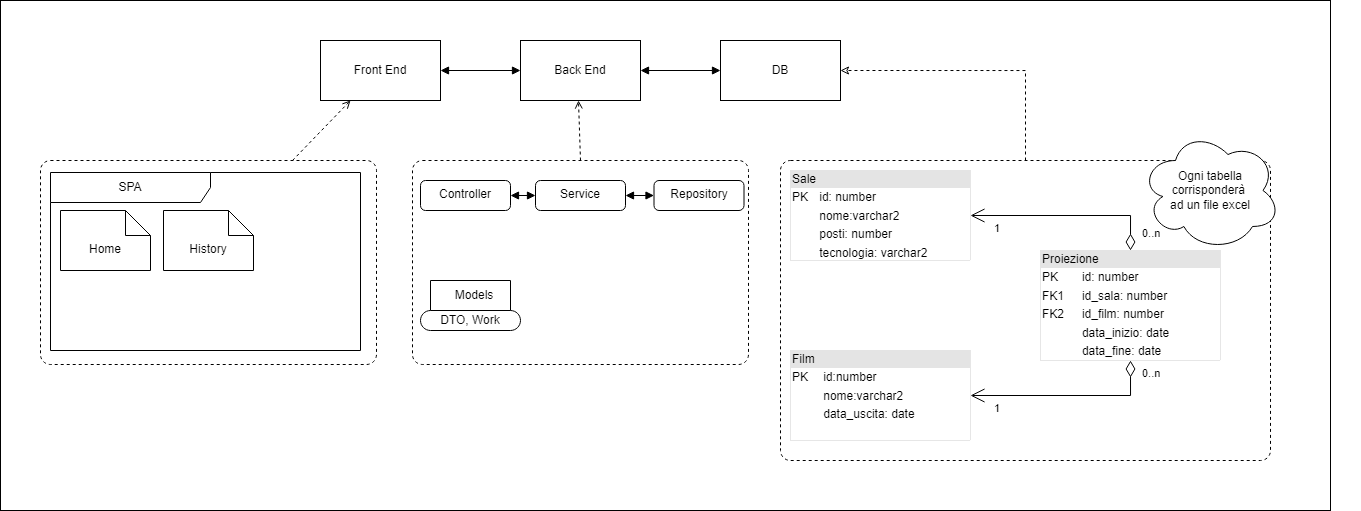
This is uml/uml_diagram.png from pippok96/cineMille, a draw.io export, as it was before one commit. Source tidied: cells renumbered, new cells last; positions are measured from the earlier drawing's top-left corner, leaving out a move shared by most shapes. Source of this version:
```xml
<mxGraphModel>
  <root>
    <mxCell id="0" />
    <mxCell id="1" parent="0" />
    <mxCell id="2" style="rounded=0;whiteSpace=wrap;html=1;gradientColor=none;fillStyle=solid;" parent="1" vertex="1">
      <mxGeometry width="1330" height="510" as="geometry" />
    </mxCell>
    <mxCell id="3" value="Front End" style="html=1;whiteSpace=wrap;" parent="1" vertex="1">
      <mxGeometry x="320" y="40" width="120" height="60" as="geometry" />
    </mxCell>
    <mxCell id="4" value="Back End" style="html=1;whiteSpace=wrap;" parent="1" vertex="1">
      <mxGeometry x="520" y="40" width="120" height="60" as="geometry" />
    </mxCell>
    <mxCell id="5" value="DB" style="html=1;whiteSpace=wrap;" parent="1" vertex="1">
      <mxGeometry x="720" y="40" width="120" height="60" as="geometry" />
    </mxCell>
    <mxCell id="6" style="endArrow=block;startArrow=block;endFill=1;startFill=1;html=1;rounded=0;entryX=0;entryY=0.5;entryDx=0;entryDy=0;exitX=1;exitY=0.5;exitDx=0;exitDy=0;" parent="1" edge="1" source="3" target="4">
      <mxGeometry relative="1" as="geometry" />
    </mxCell>
    <mxCell id="7" style="endArrow=block;startArrow=block;endFill=1;startFill=1;html=1;rounded=0;exitX=1;exitY=0.5;exitDx=0;exitDy=0;exitPerimeter=0;entryX=0;entryY=0.5;entryDx=0;entryDy=0;" parent="1" edge="1" source="4" target="5">
      <mxGeometry relative="1" as="geometry" />
    </mxCell>
    <mxCell id="8" style="html=1;verticalAlign=bottom;labelBackgroundColor=none;endArrow=open;endFill=0;dashed=1;rounded=0;entryX=0.25;entryY=1;entryDx=0;entryDy=0;exitX=0.75;exitY=0;exitDx=0;exitDy=0;" parent="1" edge="1" source="9" target="3">
      <mxGeometry relative="1" as="geometry" />
    </mxCell>
    <mxCell id="9" style="html=1;align=center;verticalAlign=top;rounded=1;absoluteArcSize=1;arcSize=20;dashed=1;whiteSpace=wrap;" parent="1" vertex="1">
      <mxGeometry x="40" y="160" width="336" height="204" as="geometry" />
    </mxCell>
    <mxCell id="10" style="html=1;verticalAlign=bottom;labelBackgroundColor=none;endArrow=open;endFill=0;dashed=1;rounded=0;entryX=0.25;entryY=1;entryDx=0;entryDy=0;exitX=0.5;exitY=0;exitDx=0;exitDy=0;" parent="1" edge="1" source="13">
      <mxGeometry relative="1" as="geometry">
        <mxPoint x="578" y="100" as="targetPoint" />
      </mxGeometry>
    </mxCell>
    <mxCell id="11" style="edgeStyle=orthogonalEdgeStyle;rounded=0;jettySize=auto;html=1;entryX=1;entryY=0.5;entryDx=0;entryDy=0;dashed=1;endArrow=classic;endFill=0;" parent="1" edge="1" source="22" target="5">
      <mxGeometry relative="1" as="geometry" />
    </mxCell>
    <mxCell id="12" style="group;" parent="1" vertex="1">
      <mxGeometry x="412" y="160" width="336" height="204" as="geometry" />
    </mxCell>
    <mxCell id="13" style="html=1;align=center;verticalAlign=top;rounded=1;absoluteArcSize=1;arcSize=20;dashed=1;whiteSpace=wrap;" parent="12" vertex="1">
      <mxGeometry width="336" height="204" as="geometry" />
    </mxCell>
    <mxCell id="14" value="Controller" style="html=1;align=center;verticalAlign=top;rounded=1;absoluteArcSize=1;arcSize=10;dashed=0;whiteSpace=wrap;" parent="12" vertex="1">
      <mxGeometry x="8" y="20" width="90" height="30" as="geometry" />
    </mxCell>
    <mxCell id="15" value="Service" style="html=1;align=center;verticalAlign=top;rounded=1;absoluteArcSize=1;arcSize=10;dashed=0;whiteSpace=wrap;" parent="12" vertex="1">
      <mxGeometry x="123" y="20" width="90" height="30" as="geometry" />
    </mxCell>
    <mxCell id="16" value="Repository" style="html=1;align=center;verticalAlign=top;rounded=1;absoluteArcSize=1;arcSize=10;dashed=0;whiteSpace=wrap;" parent="12" vertex="1">
      <mxGeometry x="241.5" y="20" width="90" height="30" as="geometry" />
    </mxCell>
    <mxCell id="17" value="Models" style="shape=folder;align=center;verticalAlign=middle;fontStyle=0;tabWidth=100;tabHeight=30;tabPosition=left;html=1;boundedLbl=1;labelInHeader=1;rounded=1;absoluteArcSize=1;arcSize=10;whiteSpace=wrap;" parent="12" vertex="1">
      <mxGeometry x="8" y="120" width="100" height="50" as="geometry" />
    </mxCell>
    <mxCell id="18" value="DTO, Work" style="text;html=1;align=center;verticalAlign=middle;whiteSpace=wrap;rounded=0;" parent="12" vertex="1">
      <mxGeometry x="8" y="140" width="100" height="40" as="geometry" />
    </mxCell>
    <mxCell id="19" style="endArrow=block;startArrow=block;endFill=1;startFill=1;html=1;rounded=0;entryX=0;entryY=0.5;entryDx=0;entryDy=0;exitX=1;exitY=0.5;exitDx=0;exitDy=0;" parent="12" edge="1" source="14" target="15">
      <mxGeometry relative="1" as="geometry" />
    </mxCell>
    <mxCell id="20" style="endArrow=block;startArrow=block;endFill=1;startFill=1;html=1;rounded=0;entryX=0;entryY=0.5;entryDx=0;entryDy=0;exitX=1;exitY=0.5;exitDx=0;exitDy=0;" parent="12" edge="1" source="15" target="16">
      <mxGeometry relative="1" as="geometry" />
    </mxCell>
    <mxCell id="21" style="group;strokeColor=none;" parent="1" vertex="1">
      <mxGeometry x="780" y="160" width="580" height="300" as="geometry" />
    </mxCell>
    <mxCell id="22" style="html=1;align=center;verticalAlign=top;rounded=1;absoluteArcSize=1;arcSize=20;dashed=1;whiteSpace=wrap;" parent="21" vertex="1">
      <mxGeometry width="490" height="300" as="geometry" />
    </mxCell>
    <mxCell id="23" value="&lt;div style=&quot;box-sizing:border-box;width:100%;background:#e4e4e4;padding:2px;&quot;&gt;Sale&lt;/div&gt;&lt;table style=&quot;width:100%;font-size:1em;&quot; cellpadding=&quot;2&quot; cellspacing=&quot;0&quot;&gt;&lt;tbody&gt;&lt;tr&gt;&lt;td&gt;PK&lt;/td&gt;&lt;td&gt;id: number&lt;/td&gt;&lt;/tr&gt;&lt;tr&gt;&lt;td&gt;&lt;br&gt;&lt;/td&gt;&lt;td&gt;nome:varchar2&lt;/td&gt;&lt;/tr&gt;&lt;tr&gt;&lt;td&gt;&lt;/td&gt;&lt;td&gt;posti: number&lt;br&gt;&lt;/td&gt;&lt;/tr&gt;&lt;tr&gt;&lt;td&gt;&lt;br&gt;&lt;/td&gt;&lt;td&gt;tecnologia: varchar2&lt;/td&gt;&lt;/tr&gt;&lt;/tbody&gt;&lt;/table&gt;" style="verticalAlign=top;align=left;overflow=fill;html=1;whiteSpace=wrap;strokeColor=default;strokeWidth=0;" parent="21" vertex="1">
      <mxGeometry x="10" y="10" width="180" height="90" as="geometry" />
    </mxCell>
    <mxCell id="24" value="&lt;div style=&quot;box-sizing:border-box;width:100%;background:#e4e4e4;padding:2px;&quot;&gt;Film&lt;/div&gt;&lt;table style=&quot;width:100%;font-size:1em;&quot; cellpadding=&quot;2&quot; cellspacing=&quot;0&quot;&gt;&lt;tbody&gt;&lt;tr&gt;&lt;td&gt;PK&lt;/td&gt;&lt;td&gt;id:number&lt;/td&gt;&lt;/tr&gt;&lt;tr&gt;&lt;td&gt;&lt;br&gt;&lt;/td&gt;&lt;td&gt;nome:varchar2&lt;/td&gt;&lt;/tr&gt;&lt;tr&gt;&lt;td&gt;&lt;/td&gt;&lt;td&gt;data_uscita: date&lt;/td&gt;&lt;/tr&gt;&lt;tr&gt;&lt;td&gt;&lt;br&gt;&lt;/td&gt;&lt;td&gt;&lt;br&gt;&lt;/td&gt;&lt;/tr&gt;&lt;/tbody&gt;&lt;/table&gt;" style="verticalAlign=top;align=left;overflow=fill;html=1;whiteSpace=wrap;strokeWidth=0;" parent="21" vertex="1">
      <mxGeometry x="10" y="190" width="180" height="90" as="geometry" />
    </mxCell>
    <mxCell id="25" value="&lt;div style=&quot;box-sizing:border-box;width:100%;background:#e4e4e4;padding:2px;&quot;&gt;Proiezione&lt;/div&gt;&lt;table align=&quot;left&quot; style=&quot;width:100%;font-size:1em;&quot; cellpadding=&quot;2&quot; cellspacing=&quot;0&quot;&gt;&lt;tbody&gt;&lt;tr&gt;&lt;td&gt;PK&lt;/td&gt;&lt;td&gt;id: number&lt;/td&gt;&lt;/tr&gt;&lt;tr&gt;&lt;td&gt;FK1&lt;/td&gt;&lt;td&gt;id_sala: number&lt;/td&gt;&lt;/tr&gt;&lt;tr&gt;&lt;td&gt;FK2&lt;br&gt;&lt;/td&gt;&lt;td&gt;id_film: number&lt;br&gt;&lt;/td&gt;&lt;/tr&gt;&lt;tr&gt;&lt;td&gt;&lt;br&gt;&lt;/td&gt;&lt;td&gt;data_inizio: date&lt;br&gt;&lt;/td&gt;&lt;/tr&gt;&lt;tr&gt;&lt;td&gt;&lt;br&gt;&lt;/td&gt;&lt;td&gt;data_fine: date&lt;/td&gt;&lt;/tr&gt;&lt;/tbody&gt;&lt;/table&gt;" style="verticalAlign=top;align=left;overflow=fill;html=1;whiteSpace=wrap;strokeWidth=0;" parent="21" vertex="1">
      <mxGeometry x="260" y="90" width="180" height="110" as="geometry" />
    </mxCell>
    <mxCell id="26" style="endArrow=open;html=1;endSize=12;startArrow=diamondThin;startSize=14;startFill=0;edgeStyle=orthogonalEdgeStyle;rounded=0;entryX=1;entryY=0.5;entryDx=0;entryDy=0;exitX=0.5;exitY=0;exitDx=0;exitDy=0;" parent="21" edge="1" source="25" target="23">
      <mxGeometry relative="1" as="geometry" />
    </mxCell>
    <mxCell id="27" value="0..n" style="edgeLabel;html=1;align=left;verticalAlign=top;" parent="26" vertex="1">
      <mxGeometry x="-1" relative="1" as="geometry">
        <mxPoint x="10" y="-30" as="offset" />
      </mxGeometry>
    </mxCell>
    <mxCell id="28" value="1" style="edgeLabel;html=1;align=right;verticalAlign=top;" parent="26" vertex="1">
      <mxGeometry x="1" relative="1" as="geometry">
        <mxPoint x="30" as="offset" />
      </mxGeometry>
    </mxCell>
    <mxCell id="29" style="endArrow=open;html=1;endSize=12;startArrow=diamondThin;startSize=14;startFill=0;edgeStyle=orthogonalEdgeStyle;rounded=0;entryX=1;entryY=0.5;entryDx=0;entryDy=0;exitX=0.5;exitY=1;exitDx=0;exitDy=0;" parent="21" edge="1" source="25" target="24">
      <mxGeometry relative="1" as="geometry" />
    </mxCell>
    <mxCell id="30" value="0..n" style="edgeLabel;html=1;align=left;verticalAlign=top;" parent="29" vertex="1">
      <mxGeometry x="-1" relative="1" as="geometry">
        <mxPoint x="10" as="offset" />
      </mxGeometry>
    </mxCell>
    <mxCell id="31" value="1" style="edgeLabel;html=1;align=right;verticalAlign=top;" parent="29" vertex="1">
      <mxGeometry x="1" relative="1" as="geometry">
        <mxPoint x="30" as="offset" />
      </mxGeometry>
    </mxCell>
    <mxCell id="32" value="Ogni tabella corrisponderà&amp;nbsp;&lt;div&gt;ad un file excel&lt;/div&gt;" style="ellipse;shape=cloud;whiteSpace=wrap;html=1;align=center;" parent="21" vertex="1">
      <mxGeometry x="360" y="-30" width="140" height="120" as="geometry" />
    </mxCell>
    <mxCell id="33" value="SPA" style="shape=umlFrame;whiteSpace=wrap;html=1;width=160;" parent="1" vertex="1">
      <mxGeometry x="50" y="172" width="310" height="178" as="geometry" />
    </mxCell>
    <mxCell id="34" value="History" style="shape=note2;boundedLbl=1;whiteSpace=wrap;html=1;size=25;verticalAlign=top;align=center;" parent="33" vertex="1">
      <mxGeometry x="113" y="38" width="90" height="60" as="geometry" />
    </mxCell>
    <mxCell id="35" value="Home" style="shape=note2;boundedLbl=1;whiteSpace=wrap;html=1;size=25;verticalAlign=top;align=center;" parent="1" vertex="1">
      <mxGeometry x="60" y="210" width="90" height="60" as="geometry" />
    </mxCell>
  </root>
</mxGraphModel>
```
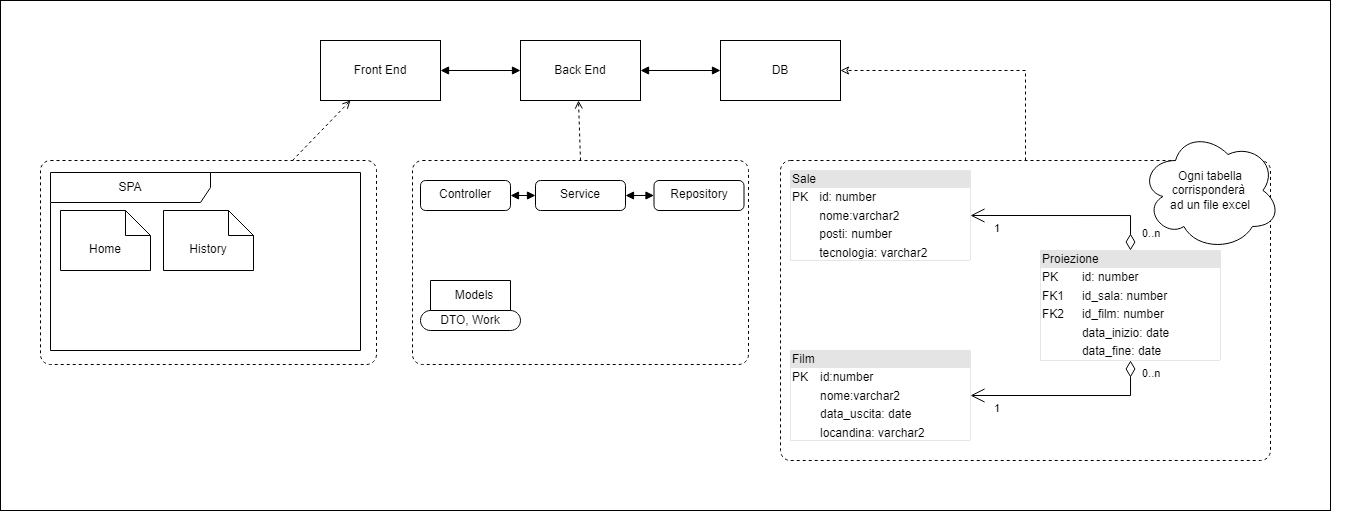
After the change.

Commit message:
add db e upd uml

What changed in the source:
```diff
@@ -70,7 +70,7 @@
     <mxCell id="23" value="&lt;div style=&quot;box-sizing:border-box;width:100%;background:#e4e4e4;padding:2px;&quot;&gt;Sale&lt;/div&gt;&lt;table style=&quot;width:100%;font-size:1em;&quot; cellpadding=&quot;2&quot; cellspacing=&quot;0&quot;&gt;&lt;tbody&gt;&lt;tr&gt;&lt;td&gt;PK&lt;/td&gt;&lt;td&gt;id: number&lt;/td&gt;&lt;/tr&gt;&lt;tr&gt;&lt;td&gt;&lt;br&gt;&lt;/td&gt;&lt;td&gt;nome:varchar2&lt;/td&gt;&lt;/tr&gt;&lt;tr&gt;&lt;td&gt;&lt;/td&gt;&lt;td&gt;posti: number&lt;br&gt;&lt;/td&gt;&lt;/tr&gt;&lt;tr&gt;&lt;td&gt;&lt;br&gt;&lt;/td&gt;&lt;td&gt;tecnologia: varchar2&lt;/td&gt;&lt;/tr&gt;&lt;/tbody&gt;&lt;/table&gt;" style="verticalAlign=top;align=left;overflow=fill;html=1;whiteSpace=wrap;strokeColor=default;strokeWidth=0;" parent="21" vertex="1">
       <mxGeometry x="10" y="10" width="180" height="90" as="geometry" />
     </mxCell>
-    <mxCell id="24" value="&lt;div style=&quot;box-sizing:border-box;width:100%;background:#e4e4e4;padding:2px;&quot;&gt;Film&lt;/div&gt;&lt;table style=&quot;width:100%;font-size:1em;&quot; cellpadding=&quot;2&quot; cellspacing=&quot;0&quot;&gt;&lt;tbody&gt;&lt;tr&gt;&lt;td&gt;PK&lt;/td&gt;&lt;td&gt;id:number&lt;/td&gt;&lt;/tr&gt;&lt;tr&gt;&lt;td&gt;&lt;br&gt;&lt;/td&gt;&lt;td&gt;nome:varchar2&lt;/td&gt;&lt;/tr&gt;&lt;tr&gt;&lt;td&gt;&lt;/td&gt;&lt;td&gt;data_uscita: date&lt;/td&gt;&lt;/tr&gt;&lt;tr&gt;&lt;td&gt;&lt;br&gt;&lt;/td&gt;&lt;td&gt;&lt;br&gt;&lt;/td&gt;&lt;/tr&gt;&lt;/tbody&gt;&lt;/table&gt;" style="verticalAlign=top;align=left;overflow=fill;html=1;whiteSpace=wrap;strokeWidth=0;" parent="21" vertex="1">
+    <mxCell id="24" value="&lt;div style=&quot;box-sizing:border-box;width:100%;background:#e4e4e4;padding:2px;&quot;&gt;Film&lt;/div&gt;&lt;table style=&quot;width:100%;font-size:1em;&quot; cellpadding=&quot;2&quot; cellspacing=&quot;0&quot;&gt;&lt;tbody&gt;&lt;tr&gt;&lt;td&gt;PK&lt;/td&gt;&lt;td&gt;id:number&lt;/td&gt;&lt;/tr&gt;&lt;tr&gt;&lt;td&gt;&lt;br&gt;&lt;/td&gt;&lt;td&gt;nome:varchar2&lt;/td&gt;&lt;/tr&gt;&lt;tr&gt;&lt;td&gt;&lt;/td&gt;&lt;td&gt;data_uscita: date&lt;/td&gt;&lt;/tr&gt;&lt;tr&gt;&lt;td&gt;&lt;br&gt;&lt;/td&gt;&lt;td&gt;locandina: varchar2&lt;br&gt;&lt;/td&gt;&lt;/tr&gt;&lt;/tbody&gt;&lt;/table&gt;" style="verticalAlign=top;align=left;overflow=fill;html=1;whiteSpace=wrap;strokeWidth=0;" parent="21" vertex="1">
       <mxGeometry x="10" y="190" width="180" height="90" as="geometry" />
     </mxCell>
     <mxCell id="25" value="&lt;div style=&quot;box-sizing:border-box;width:100%;background:#e4e4e4;padding:2px;&quot;&gt;Proiezione&lt;/div&gt;&lt;table align=&quot;left&quot; style=&quot;width:100%;font-size:1em;&quot; cellpadding=&quot;2&quot; cellspacing=&quot;0&quot;&gt;&lt;tbody&gt;&lt;tr&gt;&lt;td&gt;PK&lt;/td&gt;&lt;td&gt;id: number&lt;/td&gt;&lt;/tr&gt;&lt;tr&gt;&lt;td&gt;FK1&lt;/td&gt;&lt;td&gt;id_sala: number&lt;/td&gt;&lt;/tr&gt;&lt;tr&gt;&lt;td&gt;FK2&lt;br&gt;&lt;/td&gt;&lt;td&gt;id_film: number&lt;br&gt;&lt;/td&gt;&lt;/tr&gt;&lt;tr&gt;&lt;td&gt;&lt;br&gt;&lt;/td&gt;&lt;td&gt;data_inizio: date&lt;br&gt;&lt;/td&gt;&lt;/tr&gt;&lt;tr&gt;&lt;td&gt;&lt;br&gt;&lt;/td&gt;&lt;td&gt;data_fine: date&lt;/td&gt;&lt;/tr&gt;&lt;/tbody&gt;&lt;/table&gt;" style="verticalAlign=top;align=left;overflow=fill;html=1;whiteSpace=wrap;strokeWidth=0;" parent="21" vertex="1">
```
